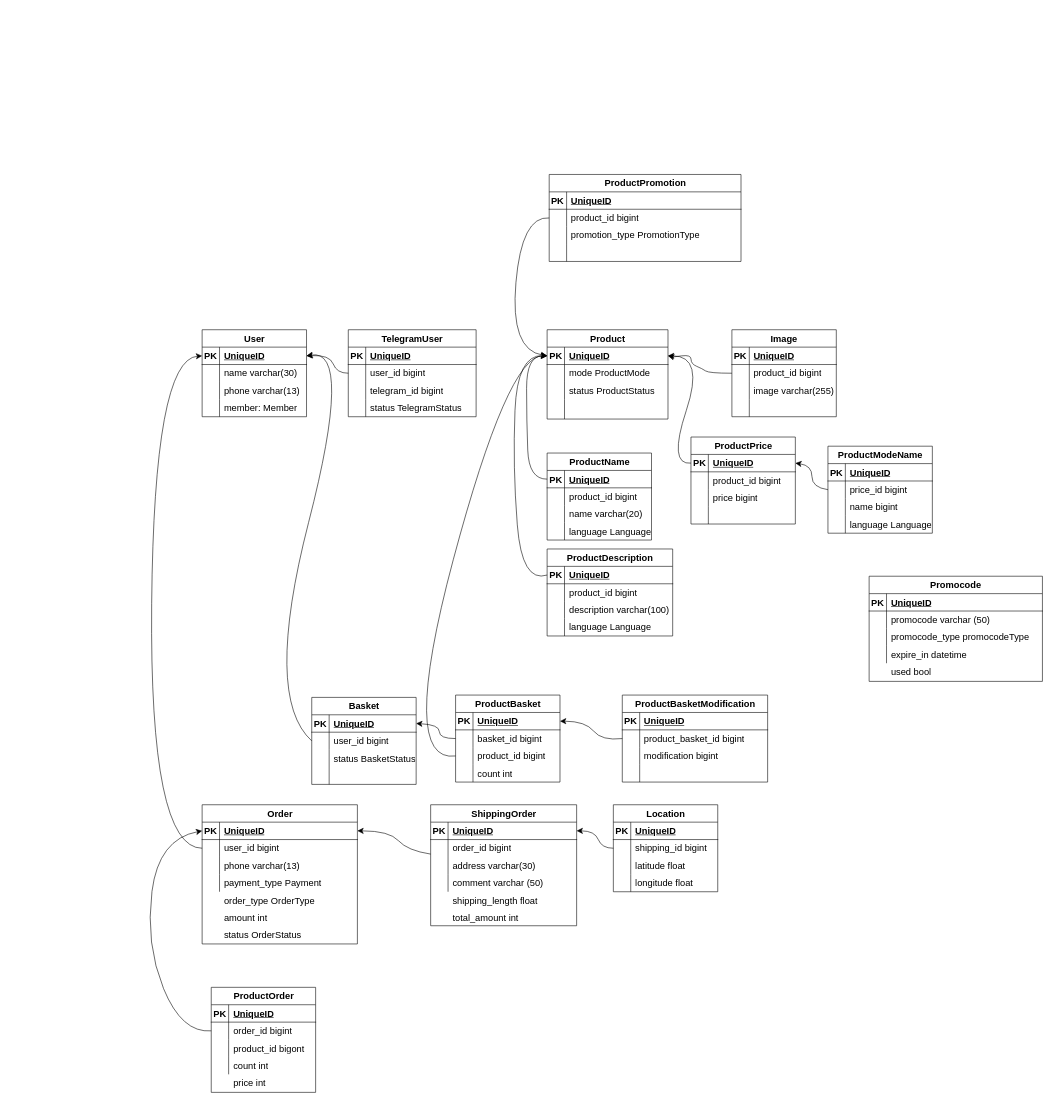
KmvRoman/Diagrams keeps this draw.io diagram as page "db scheme" (2 of 2) of restaurant.drawio. Above is the earlier version. Source tidied: cells renumbered, new cells numbered last; positions are measured from the earlier drawing's top-left corner, leaving out a move shared by most shapes. Both pictures are drawn from the tidied source at 58%, with x=0, y=0 at pixel (145, 174).
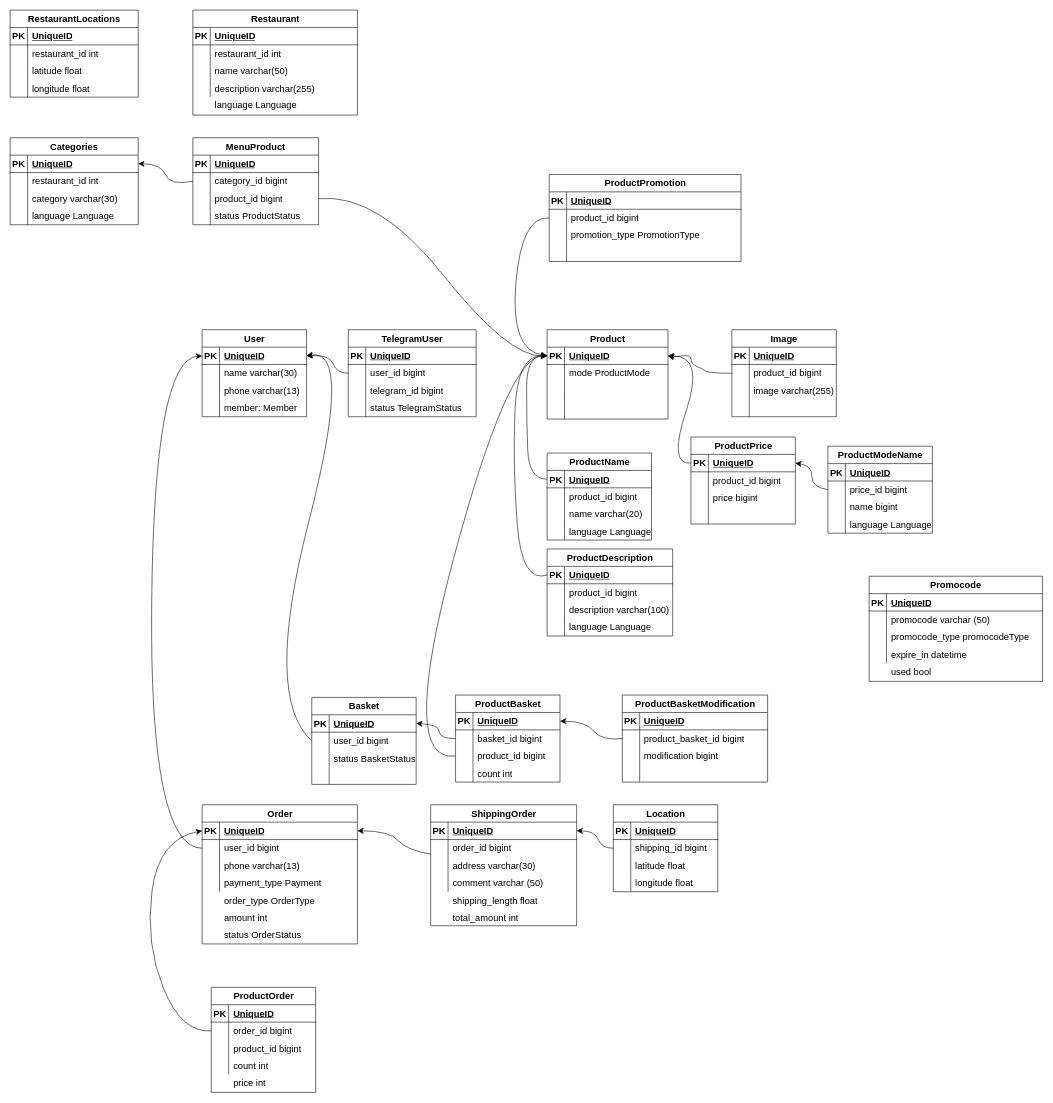
The same page after the edit.

The change refers to these unchanged cells:
```xml
<mxCell id="30" style="shape=tableRow;horizontal=0;startSize=0;swimlaneHead=0;swimlaneBody=0;fillColor=none;points=[[0,0.5],[1,0.5]];portConstraint=eastwest;top=0;left=0;right=0;bottom=1;fontSize=16;" parent="29" vertex="1">
  <mxGeometry y="30" width="208.4" height="30" as="geometry" />
</mxCell>
<mxCell id="36" style="shape=tableRow;horizontal=0;startSize=0;swimlaneHead=0;swimlaneBody=0;fillColor=none;top=0;left=0;right=0;bottom=0;fontSize=16;" parent="29" vertex="1">
  <mxGeometry y="90" width="208.4" height="30" as="geometry" />
</mxCell>
<mxCell id="195" style="shape=tableRow;horizontal=0;startSize=0;swimlaneHead=0;swimlaneBody=0;fillColor=none;top=0;left=0;right=0;bottom=0;fontSize=16;" parent="188" vertex="1">
  <mxGeometry y="90" width="180" height="30" as="geometry" />
</mxCell>
```

Change to the diagram source:
```diff
@@
-    <mxCell id="38" value="status ProductStatus" style="shape=partialRectangle;fillColor=none;top=0;left=0;bottom=0;right=0;align=left;spacingLeft=6;overflow=hidden;whiteSpace=wrap;html=1;fontSize=16;" parent="36" vertex="1">
+    <mxCell id="38" style="shape=partialRectangle;fillColor=none;top=0;left=0;bottom=0;right=0;align=left;spacingLeft=6;overflow=hidden;whiteSpace=wrap;html=1;fontSize=16;" parent="36" vertex="1">
       <mxGeometry x="30" width="178.4" height="30" as="geometry" />
     </mxCell>
@@
-    <mxCell id="197" value="product_id bigont" style="shape=partialRectangle;fillColor=none;top=0;left=0;bottom=0;right=0;align=left;spacingLeft=6;overflow=hidden;whiteSpace=wrap;html=1;fontSize=16;" parent="195" vertex="1">
+    <mxCell id="197" value="product_id bigint" style="shape=partialRectangle;fillColor=none;top=0;left=0;bottom=0;right=0;align=left;spacingLeft=6;overflow=hidden;whiteSpace=wrap;html=1;fontSize=16;" parent="195" vertex="1">
       <mxGeometry x="30" width="150" height="30" as="geometry" />
     </mxCell>
@@
+    <mxCell id="245" value="Restaurant" style="shape=table;startSize=30;childLayout=tableLayout;rowLines=0;fontStyle=1;align=center;html=1;fontSize=16;" parent="1" vertex="1">
+      <mxGeometry x="82" y="-283.2" width="283.7" height="181.1" as="geometry" />
+    </mxCell>
+    <mxCell id="246" style="shape=tableRow;horizontal=0;startSize=0;swimlaneHead=0;swimlaneBody=0;fillColor=none;top=0;left=0;right=0;bottom=1;fontSize=16;" parent="245" vertex="1">
+      <mxGeometry y="30" width="283.7" height="30" as="geometry" />
+    </mxCell>
+    <mxCell id="247" value="PK" style="shape=partialRectangle;fillColor=none;top=0;left=0;bottom=0;right=0;fontStyle=1;overflow=hidden;whiteSpace=wrap;html=1;fontSize=16;" parent="246" vertex="1">
+      <mxGeometry width="30" height="30" as="geometry" />
+    </mxCell>
+    <mxCell id="248" value="UniqueID" style="shape=partialRectangle;fillColor=none;top=0;left=0;bottom=0;right=0;align=left;spacingLeft=6;fontStyle=5;overflow=hidden;whiteSpace=wrap;html=1;fontSize=16;" parent="246" vertex="1">
+      <mxGeometry x="30" width="253.7" height="30" as="geometry" />
+    </mxCell>
+    <mxCell id="249" style="shape=tableRow;horizontal=0;startSize=0;swimlaneHead=0;swimlaneBody=0;fillColor=none;top=0;left=0;right=0;bottom=0;fontSize=16;" parent="245" vertex="1">
+      <mxGeometry y="60" width="283.7" height="30" as="geometry" />
+    </mxCell>
+    <mxCell id="250" style="shape=partialRectangle;fillColor=none;top=0;left=0;bottom=0;right=0;overflow=hidden;whiteSpace=wrap;html=1;fontSize=16;" parent="249" vertex="1">
+      <mxGeometry width="30" height="30" as="geometry" />
+    </mxCell>
+    <mxCell id="251" value="restaurant_id int" style="shape=partialRectangle;fillColor=none;top=0;left=0;bottom=0;right=0;align=left;spacingLeft=6;overflow=hidden;whiteSpace=wrap;html=1;fontSize=16;" parent="249" vertex="1">
+      <mxGeometry x="30" width="253.7" height="30" as="geometry" />
+    </mxCell>
+    <mxCell id="252" style="shape=tableRow;horizontal=0;startSize=0;swimlaneHead=0;swimlaneBody=0;fillColor=none;top=0;left=0;right=0;bottom=0;fontSize=16;" parent="245" vertex="1">
+      <mxGeometry y="90" width="283.7" height="30" as="geometry" />
+    </mxCell>
+    <mxCell id="253" style="shape=partialRectangle;fillColor=none;top=0;left=0;bottom=0;right=0;overflow=hidden;whiteSpace=wrap;html=1;fontSize=16;" parent="252" vertex="1">
+      <mxGeometry width="30" height="30" as="geometry" />
+    </mxCell>
+    <mxCell id="254" value="name varchar(50)" style="shape=partialRectangle;fillColor=none;top=0;left=0;bottom=0;right=0;align=left;spacingLeft=6;overflow=hidden;whiteSpace=wrap;html=1;fontSize=16;" parent="252" vertex="1">
+      <mxGeometry x="30" width="253.7" height="30" as="geometry" />
+    </mxCell>
+    <mxCell id="255" style="shape=tableRow;horizontal=0;startSize=0;swimlaneHead=0;swimlaneBody=0;fillColor=none;top=0;left=0;right=0;bottom=0;fontSize=16;" parent="245" vertex="1">
+      <mxGeometry y="120" width="283.7" height="30" as="geometry" />
+    </mxCell>
+    <mxCell id="256" style="shape=partialRectangle;fillColor=none;top=0;left=0;bottom=0;right=0;overflow=hidden;whiteSpace=wrap;html=1;fontSize=16;" parent="255" vertex="1">
+      <mxGeometry width="30" height="30" as="geometry" />
+    </mxCell>
+    <mxCell id="257" value="description varchar(255)" style="shape=partialRectangle;fillColor=none;top=0;left=0;bottom=0;right=0;align=left;spacingLeft=6;overflow=hidden;whiteSpace=wrap;html=1;fontSize=16;" parent="255" vertex="1">
+      <mxGeometry x="30" width="253.7" height="30" as="geometry" />
+    </mxCell>
+    <mxCell id="258" value="language Language" style="shape=partialRectangle;fillColor=none;top=0;left=0;bottom=0;right=0;align=left;spacingLeft=6;overflow=hidden;whiteSpace=wrap;html=1;fontSize=16;" parent="1" vertex="1">
+      <mxGeometry x="112" y="-133.6" width="253.7" height="30" as="geometry" />
+    </mxCell>
+    <mxCell id="259" value="RestaurantLocations" style="shape=table;startSize=30;childLayout=tableLayout;rowLines=0;fontStyle=1;align=center;html=1;fontSize=16;" parent="1" vertex="1">
+      <mxGeometry x="-233" y="-283" width="220.8" height="150" as="geometry" />
+    </mxCell>
+    <mxCell id="260" style="shape=tableRow;horizontal=0;startSize=0;swimlaneHead=0;swimlaneBody=0;fillColor=none;top=0;left=0;right=0;bottom=1;fontSize=16;" parent="259" vertex="1">
+      <mxGeometry y="30" width="220.8" height="30" as="geometry" />
+    </mxCell>
+    <mxCell id="261" value="PK" style="shape=partialRectangle;fillColor=none;top=0;left=0;bottom=0;right=0;fontStyle=1;overflow=hidden;whiteSpace=wrap;html=1;fontSize=16;" parent="260" vertex="1">
+      <mxGeometry width="30" height="30" as="geometry" />
+    </mxCell>
+    <mxCell id="262" value="UniqueID" style="shape=partialRectangle;fillColor=none;top=0;left=0;bottom=0;right=0;align=left;spacingLeft=6;fontStyle=5;overflow=hidden;whiteSpace=wrap;html=1;fontSize=16;" parent="260" vertex="1">
+      <mxGeometry x="30" width="190.8" height="30" as="geometry" />
+    </mxCell>
+    <mxCell id="263" style="shape=tableRow;horizontal=0;startSize=0;swimlaneHead=0;swimlaneBody=0;fillColor=none;top=0;left=0;right=0;bottom=0;fontSize=16;" parent="259" vertex="1">
+      <mxGeometry y="60" width="220.8" height="30" as="geometry" />
+    </mxCell>
+    <mxCell id="264" style="shape=partialRectangle;fillColor=none;top=0;left=0;bottom=0;right=0;overflow=hidden;whiteSpace=wrap;html=1;fontSize=16;" parent="263" vertex="1">
+      <mxGeometry width="30" height="30" as="geometry" />
+    </mxCell>
+    <mxCell id="265" value="restaurant_id int" style="shape=partialRectangle;fillColor=none;top=0;left=0;bottom=0;right=0;align=left;spacingLeft=6;overflow=hidden;whiteSpace=wrap;html=1;fontSize=16;" parent="263" vertex="1">
+      <mxGeometry x="30" width="190.8" height="30" as="geometry" />
+    </mxCell>
+    <mxCell id="266" style="shape=tableRow;horizontal=0;startSize=0;swimlaneHead=0;swimlaneBody=0;fillColor=none;top=0;left=0;right=0;bottom=0;fontSize=16;" parent="259" vertex="1">
+      <mxGeometry y="90" width="220.8" height="30" as="geometry" />
+    </mxCell>
+    <mxCell id="267" style="shape=partialRectangle;fillColor=none;top=0;left=0;bottom=0;right=0;overflow=hidden;whiteSpace=wrap;html=1;fontSize=16;" parent="266" vertex="1">
+      <mxGeometry width="30" height="30" as="geometry" />
+    </mxCell>
+    <mxCell id="268" value="latitude float" style="shape=partialRectangle;fillColor=none;top=0;left=0;bottom=0;right=0;align=left;spacingLeft=6;overflow=hidden;whiteSpace=wrap;html=1;fontSize=16;" parent="266" vertex="1">
+      <mxGeometry x="30" width="190.8" height="30" as="geometry" />
+    </mxCell>
+    <mxCell id="269" style="shape=tableRow;horizontal=0;startSize=0;swimlaneHead=0;swimlaneBody=0;fillColor=none;top=0;left=0;right=0;bottom=0;fontSize=16;" parent="259" vertex="1">
+      <mxGeometry y="120" width="220.8" height="30" as="geometry" />
+    </mxCell>
+    <mxCell id="270" style="shape=partialRectangle;fillColor=none;top=0;left=0;bottom=0;right=0;overflow=hidden;whiteSpace=wrap;html=1;fontSize=16;" parent="269" vertex="1">
+      <mxGeometry width="30" height="30" as="geometry" />
+    </mxCell>
+    <mxCell id="271" value="longitude float" style="shape=partialRectangle;fillColor=none;top=0;left=0;bottom=0;right=0;align=left;spacingLeft=6;overflow=hidden;whiteSpace=wrap;html=1;fontSize=16;" parent="269" vertex="1">
+      <mxGeometry x="30" width="190.8" height="30" as="geometry" />
+    </mxCell>
+    <mxCell id="272" value="Categories" style="shape=table;startSize=30;childLayout=tableLayout;rowLines=0;fontStyle=1;align=center;html=1;fontSize=16;" parent="1" vertex="1">
+      <mxGeometry x="-233" y="-63" width="220.8" height="150" as="geometry" />
+    </mxCell>
+    <mxCell id="273" style="shape=tableRow;horizontal=0;startSize=0;swimlaneHead=0;swimlaneBody=0;fillColor=none;points=[[0,0.5],[1,0.5]];portConstraint=eastwest;top=0;left=0;right=0;bottom=1;fontSize=16;" parent="272" vertex="1">
+      <mxGeometry y="30" width="220.8" height="30" as="geometry" />
+    </mxCell>
+    <mxCell id="274" value="PK" style="shape=partialRectangle;fillColor=none;top=0;left=0;bottom=0;right=0;fontStyle=1;overflow=hidden;whiteSpace=wrap;html=1;fontSize=16;" parent="273" vertex="1">
+      <mxGeometry width="30" height="30" as="geometry" />
+    </mxCell>
+    <mxCell id="275" value="UniqueID" style="shape=partialRectangle;fillColor=none;top=0;left=0;bottom=0;right=0;align=left;spacingLeft=6;fontStyle=5;overflow=hidden;whiteSpace=wrap;html=1;fontSize=16;" parent="273" vertex="1">
+      <mxGeometry x="30" width="190.8" height="30" as="geometry" />
+    </mxCell>
+    <mxCell id="276" style="shape=tableRow;horizontal=0;startSize=0;swimlaneHead=0;swimlaneBody=0;fillColor=none;top=0;left=0;right=0;bottom=0;fontSize=16;" parent="272" vertex="1">
+      <mxGeometry y="60" width="220.8" height="30" as="geometry" />
+    </mxCell>
+    <mxCell id="277" style="shape=partialRectangle;fillColor=none;top=0;left=0;bottom=0;right=0;overflow=hidden;whiteSpace=wrap;html=1;fontSize=16;" parent="276" vertex="1">
+      <mxGeometry width="30" height="30" as="geometry" />
+    </mxCell>
+    <mxCell id="278" value="restaurant_id int" style="shape=partialRectangle;fillColor=none;top=0;left=0;bottom=0;right=0;align=left;spacingLeft=6;overflow=hidden;whiteSpace=wrap;html=1;fontSize=16;" parent="276" vertex="1">
+      <mxGeometry x="30" width="190.8" height="30" as="geometry" />
+    </mxCell>
+    <mxCell id="279" style="shape=tableRow;horizontal=0;startSize=0;swimlaneHead=0;swimlaneBody=0;fillColor=none;top=0;left=0;right=0;bottom=0;fontSize=16;" parent="272" vertex="1">
+      <mxGeometry y="90" width="220.8" height="30" as="geometry" />
+    </mxCell>
+    <mxCell id="280" style="shape=partialRectangle;fillColor=none;top=0;left=0;bottom=0;right=0;overflow=hidden;whiteSpace=wrap;html=1;fontSize=16;" parent="279" vertex="1">
+      <mxGeometry width="30" height="30" as="geometry" />
+    </mxCell>
+    <mxCell id="281" value="category varchar(30)" style="shape=partialRectangle;fillColor=none;top=0;left=0;bottom=0;right=0;align=left;spacingLeft=6;overflow=hidden;whiteSpace=wrap;html=1;fontSize=16;" parent="279" vertex="1">
+      <mxGeometry x="30" width="190.8" height="30" as="geometry" />
+    </mxCell>
+    <mxCell id="282" style="shape=tableRow;horizontal=0;startSize=0;swimlaneHead=0;swimlaneBody=0;fillColor=none;top=0;left=0;right=0;bottom=0;fontSize=16;" parent="272" vertex="1">
+      <mxGeometry y="120" width="220.8" height="30" as="geometry" />
+    </mxCell>
+    <mxCell id="283" style="shape=partialRectangle;fillColor=none;top=0;left=0;bottom=0;right=0;overflow=hidden;whiteSpace=wrap;html=1;fontSize=16;" parent="282" vertex="1">
+      <mxGeometry width="30" height="30" as="geometry" />
+    </mxCell>
+    <mxCell id="284" value="language Language" style="shape=partialRectangle;fillColor=none;top=0;left=0;bottom=0;right=0;align=left;spacingLeft=6;overflow=hidden;whiteSpace=wrap;html=1;fontSize=16;" parent="282" vertex="1">
+      <mxGeometry x="30" width="190.8" height="30" as="geometry" />
+    </mxCell>
+    <mxCell id="285" style="edgeStyle=none;curved=1;rounded=0;jettySize=auto;html=1;entryX=1;entryY=0.5;entryDx=0;entryDy=0;fontSize=12;startSize=8;endSize=8;exitX=0;exitY=0.5;exitDx=0;exitDy=0;" parent="1" edge="1" source="290" target="273">
+      <mxGeometry relative="1" as="geometry">
+        <Array as="points">
+          <mxPoint x="43" y="20" />
+          <mxPoint x="27" y="-18" />
+        </Array>
+      </mxGeometry>
+    </mxCell>
+    <mxCell id="286" value="MenuProduct" style="shape=table;startSize=30;childLayout=tableLayout;rowLines=0;fontStyle=1;align=center;html=1;fontSize=16;" parent="1" vertex="1">
+      <mxGeometry x="82" y="-63" width="216.8" height="150" as="geometry" />
+    </mxCell>
+    <mxCell id="287" style="shape=tableRow;horizontal=0;startSize=0;swimlaneHead=0;swimlaneBody=0;fillColor=none;top=0;left=0;right=0;bottom=1;fontSize=16;" parent="286" vertex="1">
+      <mxGeometry y="30" width="216.8" height="30" as="geometry" />
+    </mxCell>
+    <mxCell id="288" value="PK" style="shape=partialRectangle;fillColor=none;top=0;left=0;bottom=0;right=0;fontStyle=1;overflow=hidden;whiteSpace=wrap;html=1;fontSize=16;" parent="287" vertex="1">
+      <mxGeometry width="30" height="30" as="geometry" />
+    </mxCell>
+    <mxCell id="289" value="UniqueID" style="shape=partialRectangle;fillColor=none;top=0;left=0;bottom=0;right=0;align=left;spacingLeft=6;fontStyle=5;overflow=hidden;whiteSpace=wrap;html=1;fontSize=16;" parent="287" vertex="1">
+      <mxGeometry x="30" width="186.8" height="30" as="geometry" />
+    </mxCell>
+    <mxCell id="290" style="shape=tableRow;horizontal=0;startSize=0;swimlaneHead=0;swimlaneBody=0;fillColor=none;points=[[0,0.5],[1,0.5]];portConstraint=eastwest;top=0;left=0;right=0;bottom=0;fontSize=16;" parent="286" vertex="1">
+      <mxGeometry y="60" width="216.8" height="30" as="geometry" />
+    </mxCell>
+    <mxCell id="291" style="shape=partialRectangle;fillColor=none;top=0;left=0;bottom=0;right=0;overflow=hidden;whiteSpace=wrap;html=1;fontSize=16;" parent="290" vertex="1">
+      <mxGeometry width="30" height="30" as="geometry" />
+    </mxCell>
+    <mxCell id="292" value="category_id bigint" style="shape=partialRectangle;fillColor=none;top=0;left=0;bottom=0;right=0;align=left;spacingLeft=6;overflow=hidden;whiteSpace=wrap;html=1;fontSize=16;" parent="290" vertex="1">
+      <mxGeometry x="30" width="186.8" height="30" as="geometry" />
+    </mxCell>
+    <mxCell id="293" style="shape=tableRow;horizontal=0;startSize=0;swimlaneHead=0;swimlaneBody=0;fillColor=none;points=[[0,0.5],[1,0.5]];portConstraint=eastwest;top=0;left=0;right=0;bottom=0;fontSize=16;" parent="286" vertex="1">
+      <mxGeometry y="90" width="216.8" height="30" as="geometry" />
+    </mxCell>
+    <mxCell id="294" style="shape=partialRectangle;fillColor=none;top=0;left=0;bottom=0;right=0;overflow=hidden;whiteSpace=wrap;html=1;fontSize=16;" parent="293" vertex="1">
+      <mxGeometry width="30" height="30" as="geometry" />
+    </mxCell>
+    <mxCell id="295" value="product_id bigint" style="shape=partialRectangle;fillColor=none;top=0;left=0;bottom=0;right=0;align=left;spacingLeft=6;overflow=hidden;whiteSpace=wrap;html=1;fontSize=16;" parent="293" vertex="1">
+      <mxGeometry x="30" width="186.8" height="30" as="geometry" />
+    </mxCell>
+    <mxCell id="296" style="shape=tableRow;horizontal=0;startSize=0;swimlaneHead=0;swimlaneBody=0;fillColor=none;top=0;left=0;right=0;bottom=0;fontSize=16;" parent="286" vertex="1">
+      <mxGeometry y="120" width="216.8" height="30" as="geometry" />
+    </mxCell>
+    <mxCell id="297" style="shape=partialRectangle;fillColor=none;top=0;left=0;bottom=0;right=0;overflow=hidden;whiteSpace=wrap;html=1;fontSize=16;" parent="296" vertex="1">
+      <mxGeometry width="30" height="30" as="geometry" />
+    </mxCell>
+    <mxCell id="298" value="status ProductStatus" style="shape=partialRectangle;fillColor=none;top=0;left=0;bottom=0;right=0;align=left;spacingLeft=6;overflow=hidden;whiteSpace=wrap;html=1;fontSize=16;" parent="296" vertex="1">
+      <mxGeometry x="30" width="186.8" height="30" as="geometry" />
+    </mxCell>
+    <mxCell id="299" style="edgeStyle=none;curved=1;rounded=0;jettySize=auto;html=1;entryX=0;entryY=0.5;entryDx=0;entryDy=0;fontSize=12;startSize=8;endSize=8;exitX=1;exitY=0.5;exitDx=0;exitDy=0;" parent="1" edge="1" source="293" target="30">
+      <mxGeometry relative="1" as="geometry">
+        <Array as="points">
+          <mxPoint x="401" y="32" />
+          <mxPoint x="626" y="315" />
+        </Array>
+      </mxGeometry>
+    </mxCell>
```
